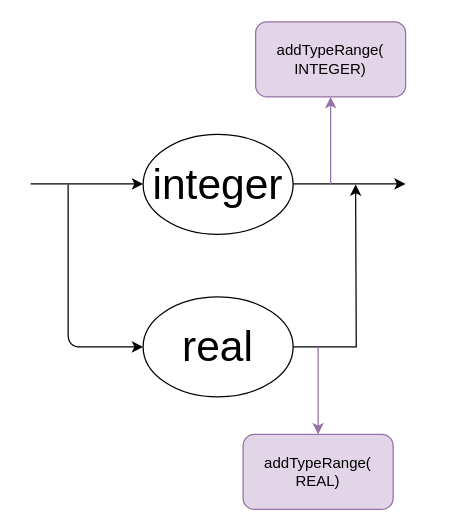
The draw.io diagram grafosSintaticos/semanticRules/k_sr.drawio in AdrianoII/gccc, before the edit. Source tidied: cells renumbered, new cells numbered last; positions are measured from the earlier drawing's top-left corner, leaving out a move shared by most shapes. Both pictures are drawn from the tidied source at 125%, with x=0, y=0 at pixel (30, 21).
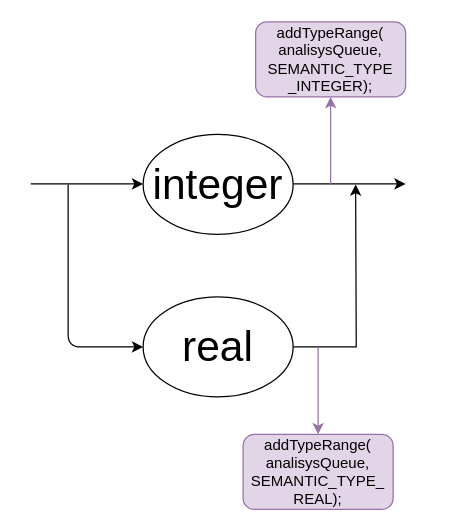
After the change.

The edit, as a diff of the source:
```diff
@@
+    <mxCell id="14" style="group;" parent="1" vertex="1">
+      <mxGeometry width="330" height="390" as="geometry" />
+    </mxCell>
-    <mxCell id="2" style="group;" parent="1" vertex="1">
+    <mxCell id="2" style="group;" parent="14" vertex="1">
       <mxGeometry width="330" height="390" as="geometry" />
     </mxCell>
@@
-    <mxCell id="12" value="addTypeRange(&lt;br&gt;INTEGER)" style="rounded=1;whiteSpace=wrap;html=1;fillColor=#e1d5e7;strokeColor=#9673a6;" parent="2" vertex="1">
+    <mxCell id="12" value="addTypeRange(&lt;br&gt;analisysQueue,&lt;br&gt;SEMANTIC_TYPE&lt;br&gt;_INTEGER);" style="rounded=1;whiteSpace=wrap;html=1;fillColor=#e1d5e7;strokeColor=#9673a6;" parent="2" vertex="1">
       <mxGeometry x="180" width="120" height="60" as="geometry" />
     </mxCell>
-    <mxCell id="13" value="addTypeRange(&lt;br&gt;REAL)" style="rounded=1;whiteSpace=wrap;html=1;fillColor=#e1d5e7;strokeColor=#9673a6;" parent="2" vertex="1">
+    <mxCell id="13" value="addTypeRange(&lt;br&gt;analisysQueue,&lt;br&gt;SEMANTIC_TYPE_&lt;br&gt;REAL);" style="rounded=1;whiteSpace=wrap;html=1;fillColor=#e1d5e7;strokeColor=#9673a6;" parent="2" vertex="1">
       <mxGeometry x="170" y="330" width="120" height="60" as="geometry" />
     </mxCell>
```
